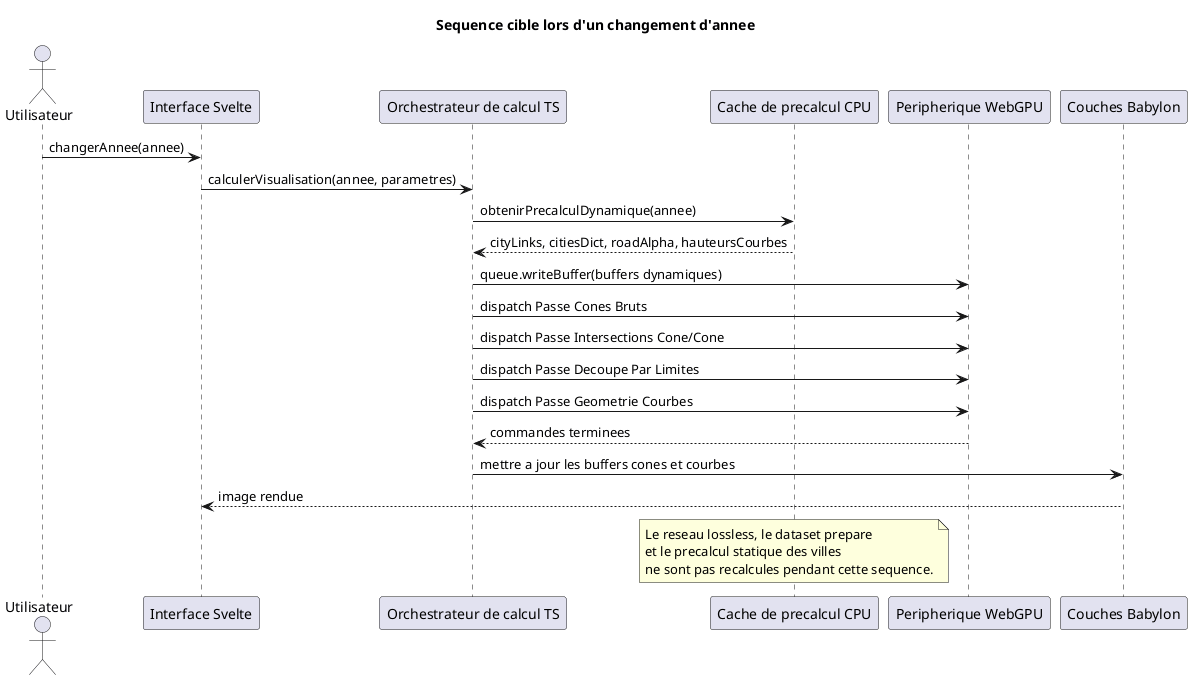
kaktus40/shriveling_world keeps this PlantUML diagram as docs/diagrams/precompute/06-change-year-sequence.png. Above is the earlier version.
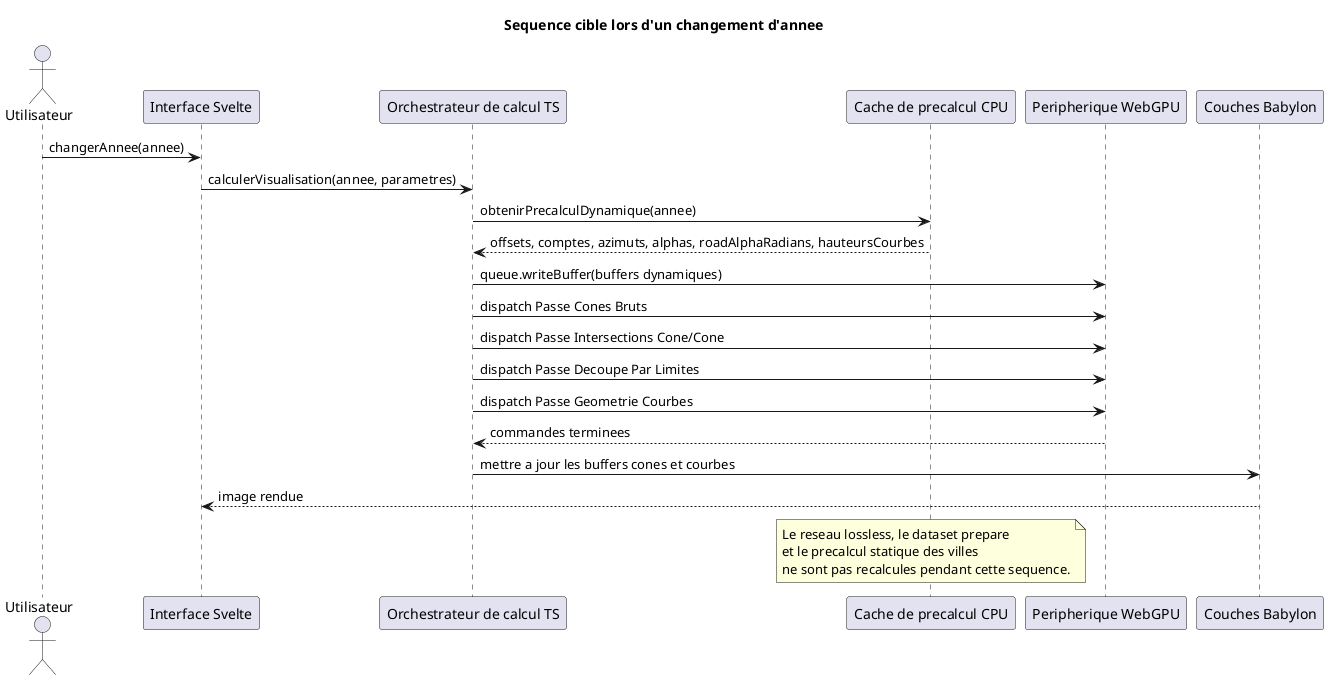
Above is the later version.

What changed in the source:
```diff
@@ -11,7 +11,7 @@
 Utilisateur -> UI : changerAnnee(annee)
 UI -> TS : calculerVisualisation(annee, parametres)
 TS -> Cache : obtenirPrecalculDynamique(annee)
-Cache --> TS : cityLinks, citiesDict, roadAlpha, hauteursCourbes
+Cache --> TS : offsets, comptes, azimuts, alphas, roadAlphaRadians, hauteursCourbes
 TS -> GPU : queue.writeBuffer(buffers dynamiques)
 TS -> GPU : dispatch Passe Cones Bruts
 TS -> GPU : dispatch Passe Intersections Cone/Cone
```
